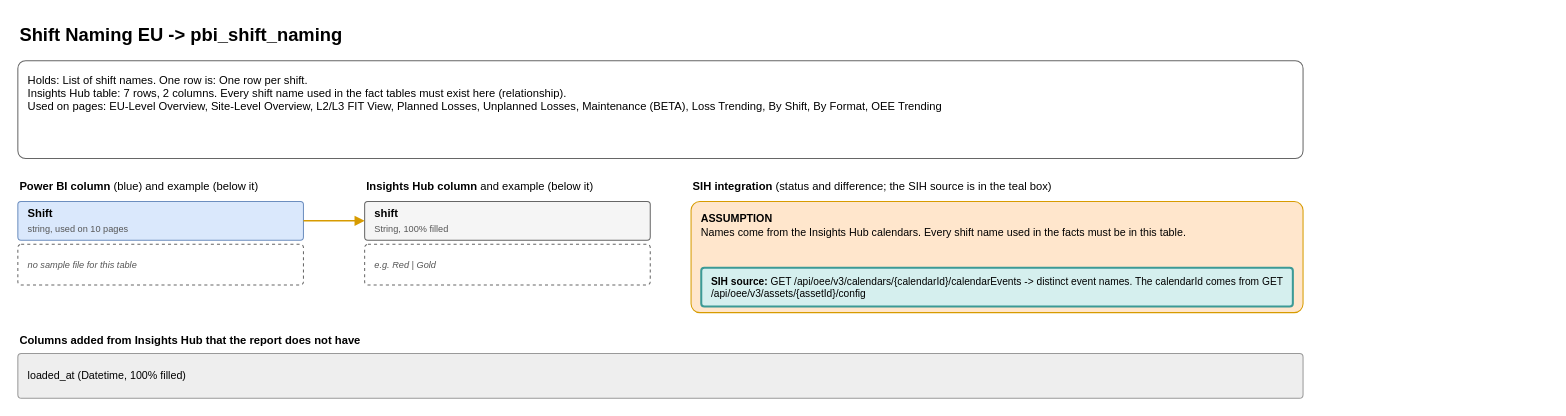
Above: page "5 Shift Naming EU" (6 of 10) of diagrams/powerbi-data-map.drawio in AbiyyuMufti/SIH-IBMX-R (draw.io), before the change. Source tidied: cells renumbered, new cells numbered last; positions are measured from the earlier drawing's top-left corner, leaving out a move shared by most shapes. Both pictures are drawn from the tidied source at 102%, with x=0, y=0 at pixel (17, 17).
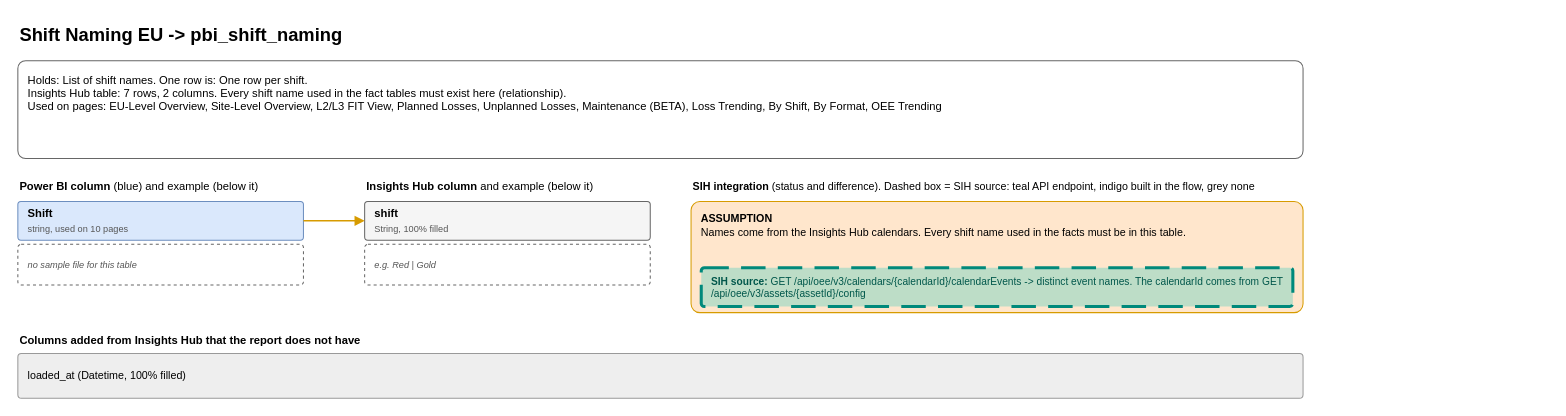
After the change.

Commit message (it also covers changes not shown here):
Diagram: SIH source boxes with bold dashed border, see-through fill, teal/indigo/grey

Change to the diagram source:
```diff
@@
 <mxGraphModel>
   <root>
     <mxCell id="0" />
     <mxCell id="1" parent="0" />
     <mxCell id="2" value="&lt;b&gt;Shift Naming EU  -&amp;gt;  pbi_shift_naming&lt;/b&gt;" style="text;html=1;whiteSpace=wrap;align=left;verticalAlign=top;fontSize=12;fontSize=18;" parent="1" vertex="1">
       <mxGeometry width="1500" height="30" as="geometry" />
     </mxCell>
     <mxCell id="3" value="Holds: List of shift names. One row is: One row per shift.&lt;br&gt;Insights Hub table: 7 rows, 2 columns. Every shift name used in the fact tables must exist here (relationship).&lt;br&gt;Used on pages: EU-Level Overview, Site-Level Overview, L2/L3 FIT View, Planned Losses, Unplanned Losses, Maintenance (BETA), Loss Trending, By Shift, By Format, OEE Trending" style="rounded=1;whiteSpace=wrap;html=1;align=left;verticalAlign=middle;spacingLeft=8;spacingRight=6;spacingTop=2;spacingBottom=2;fontSize=11;arcSize=8;fillColor=#ffffff;strokeColor=#666666;verticalAlign=top;spacingTop=6;fontSize=11;" parent="1" vertex="1">
       <mxGeometry y="42" width="1260" height="96" as="geometry" />
     </mxCell>
     <mxCell id="4" value="&lt;b&gt;Power BI column&lt;/b&gt; (blue) and example (below it)" style="text;html=1;whiteSpace=wrap;align=left;verticalAlign=top;fontSize=12;fontSize=11;" parent="1" vertex="1">
       <mxGeometry y="152" width="270" height="20" as="geometry" />
     </mxCell>
     <mxCell id="5" value="&lt;b&gt;Insights Hub column&lt;/b&gt; and example (below it)" style="text;html=1;whiteSpace=wrap;align=left;verticalAlign=top;fontSize=12;fontSize=11;" parent="1" vertex="1">
       <mxGeometry x="340" y="152" width="270" height="20" as="geometry" />
     </mxCell>
-    <mxCell id="6" value="&lt;b&gt;SIH integration&lt;/b&gt; (status and difference; the SIH source is in the teal box)" style="text;html=1;whiteSpace=wrap;align=left;verticalAlign=top;fontSize=12;fontSize=11;" parent="1" vertex="1">
+    <mxCell id="6" value="&lt;b&gt;SIH integration&lt;/b&gt; (status and difference). Dashed box = SIH source: teal API endpoint, indigo built in the flow, grey none" style="text;html=1;whiteSpace=wrap;align=left;verticalAlign=top;fontSize=12;fontSize=10.5;" parent="1" vertex="1">
       <mxGeometry x="660" y="152" width="600" height="20" as="geometry" />
     </mxCell>
     <mxCell id="7" value="&lt;b&gt;Shift&lt;/b&gt;&lt;br&gt;&lt;font style=&quot;font-size:9px&quot; color=&quot;#555555&quot;&gt;string, used on 10 pages&lt;/font&gt;" style="rounded=1;whiteSpace=wrap;html=1;align=left;verticalAlign=middle;spacingLeft=8;spacingRight=6;spacingTop=2;spacingBottom=2;fontSize=11;arcSize=8;fillColor=#dae8fc;strokeColor=#6c8ebf;" parent="1" vertex="1">
       <mxGeometry y="180" width="280" height="38" as="geometry" />
     </mxCell>
     <mxCell id="8" value="&lt;font style=&quot;font-size:9px&quot; color=&quot;#555555&quot;&gt;no sample file for this table&lt;/font&gt;" style="rounded=1;whiteSpace=wrap;html=1;align=left;verticalAlign=middle;spacingLeft=8;spacingRight=6;spacingTop=2;spacingBottom=2;fontSize=11;arcSize=8;fillColor=#ffffff;strokeColor=#666666;dashed=1;fontStyle=2;" parent="1" vertex="1">
       <mxGeometry y="222" width="280" height="40" as="geometry" />
     </mxCell>
     <mxCell id="9" value="&lt;b&gt;shift&lt;/b&gt;&lt;br&gt;&lt;font style=&quot;font-size:9px&quot; color=&quot;#555555&quot;&gt;String, 100% filled&lt;/font&gt;" style="rounded=1;whiteSpace=wrap;html=1;align=left;verticalAlign=middle;spacingLeft=8;spacingRight=6;spacingTop=2;spacingBottom=2;fontSize=11;arcSize=8;fillColor=#f5f5f5;strokeColor=#666666;" parent="1" vertex="1">
       <mxGeometry x="340" y="180" width="280" height="38" as="geometry" />
     </mxCell>
     <mxCell id="10" value="&lt;font style=&quot;font-size:9px&quot; color=&quot;#555555&quot;&gt;e.g. Red | Gold&lt;/font&gt;" style="rounded=1;whiteSpace=wrap;html=1;align=left;verticalAlign=middle;spacingLeft=8;spacingRight=6;spacingTop=2;spacingBottom=2;fontSize=11;arcSize=8;fillColor=#ffffff;strokeColor=#666666;dashed=1;fontStyle=2;" parent="1" vertex="1">
       <mxGeometry x="340" y="222" width="280" height="40" as="geometry" />
     </mxCell>
     <mxCell id="11" style="edgeStyle=orthogonalEdgeStyle;html=1;endArrow=block;endFill=1;strokeWidth=1.5;strokeColor=#d79b00;" parent="1" edge="1" source="7" target="9">
       <mxGeometry relative="1" as="geometry" />
     </mxCell>
     <mxCell id="12" value="&lt;b&gt;ASSUMPTION&lt;/b&gt;&lt;br&gt;Names come from the Insights Hub calendars. Every shift name used in the facts must be in this table." style="rounded=1;whiteSpace=wrap;html=1;align=left;verticalAlign=middle;spacingLeft=8;spacingRight=6;spacingTop=2;spacingBottom=2;fontSize=11;arcSize=8;fillColor=#ffe6cc;strokeColor=#d79b00;verticalAlign=top;spacingTop=4;fontSize=10.5;" parent="1" vertex="1">
       <mxGeometry x="660" y="180" width="600" height="109" as="geometry" />
     </mxCell>
-    <mxCell id="13" value="&lt;b&gt;SIH source: &lt;/b&gt;GET /api/oee/v3/calendars/{calendarId}/calendarEvents -&amp;gt; distinct event names. The calendarId comes from GET /api/oee/v3/assets/{assetId}/config" style="rounded=1;whiteSpace=wrap;html=1;align=left;verticalAlign=middle;spacingLeft=8;spacingRight=6;spacingTop=2;spacingBottom=2;fontSize=11;arcSize=8;fillColor=#d5efee;strokeColor=#3c9a96;verticalAlign=middle;fontSize=10;strokeWidth=2;" parent="1" vertex="1">
+    <mxCell id="13" value="&lt;b&gt;SIH source: &lt;/b&gt;GET /api/oee/v3/calendars/{calendarId}/calendarEvents -&amp;gt; distinct event names. The calendarId comes from GET /api/oee/v3/assets/{assetId}/config" style="rounded=1;whiteSpace=wrap;html=1;align=left;verticalAlign=middle;spacingLeft=8;spacingRight=6;spacingTop=2;spacingBottom=2;fontSize=11;arcSize=8;fillColor=#26C6B8;strokeColor=#00897B;verticalAlign=middle;fontSize=10;dashed=1;dashPattern=8 4;strokeWidth=3;fillOpacity=30;fontColor=#00574B;" parent="1" vertex="1">
       <mxGeometry x="670" y="245" width="580" height="38" as="geometry" />
     </mxCell>
     <mxCell id="14" value="&lt;b&gt;Columns added from Insights Hub that the report does not have&lt;/b&gt;" style="text;html=1;whiteSpace=wrap;align=left;verticalAlign=top;fontSize=12;fontSize=11;" parent="1" vertex="1">
       <mxGeometry y="303" width="1260" height="20" as="geometry" />
     </mxCell>
     <mxCell id="15" value="loaded_at (Datetime, 100% filled)" style="rounded=1;whiteSpace=wrap;html=1;align=left;verticalAlign=middle;spacingLeft=8;spacingRight=6;spacingTop=2;spacingBottom=2;fontSize=11;arcSize=8;fillColor=#eeeeee;strokeColor=#999999;fontSize=10.5;" parent="1" vertex="1">
       <mxGeometry y="329" width="1260" height="44" as="geometry" />
     </mxCell>
   </root>
 </mxGraphModel>
```
